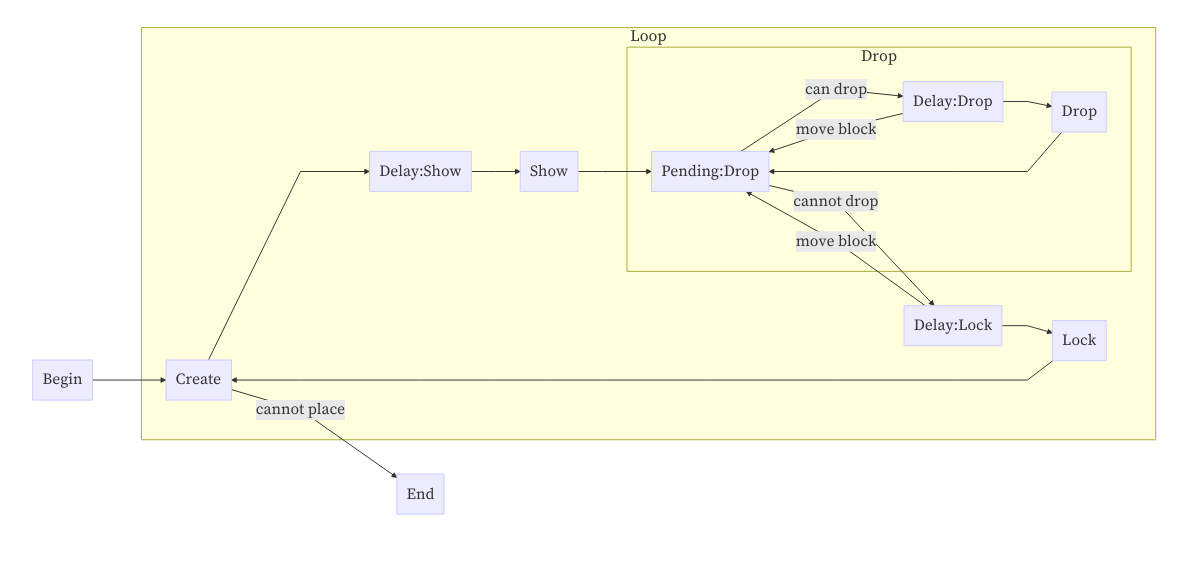
Earlier version of the Mermaid export engine.mmd.png (intris/design). Its source is kept beside it as engine.mmd.
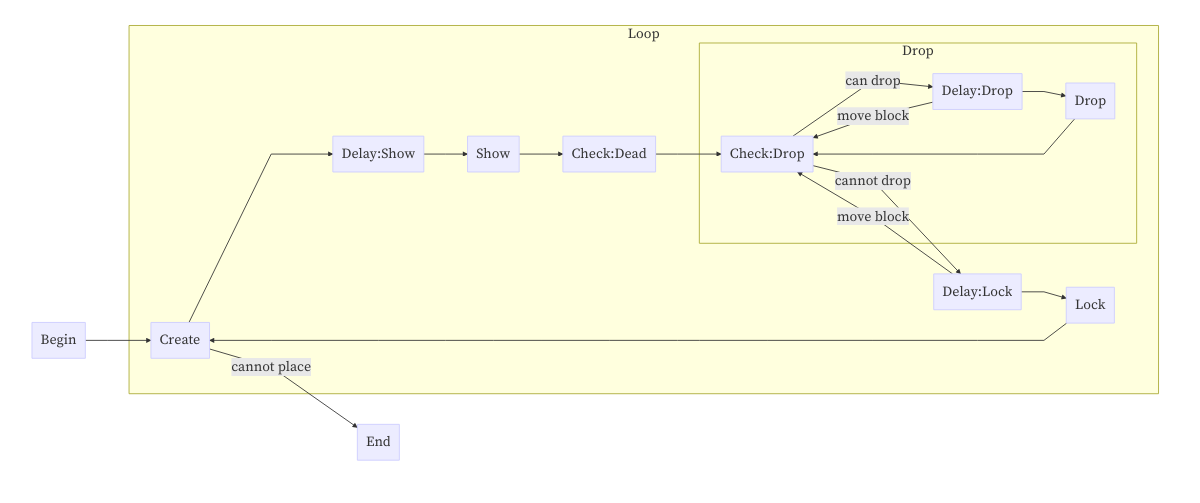
The same diagram one commit later.

The edit, as a diff of the source:
```diff
@@ -3,15 +3,16 @@
   subgraph Loop
     Create --> Delay:Show
     Delay:Show --> Show
-    Show --> Pending:Drop
+    Show --> Check:Dead
+    Check:Dead --> Check:Drop
     subgraph Drop
-      Pending:Drop -- can drop --> Delay:Drop
+      Check:Drop -- can drop --> Delay:Drop
       Delay:Drop --> Drop
-      Drop --> Pending:Drop
-      Delay:Drop -- move block --> Pending:Drop
+      Drop --> Check:Drop
+      Delay:Drop -- move block --> Check:Drop
     end
-    Pending:Drop -- cannot drop --> Delay:Lock
-    Delay:Lock -- move block --> Pending:Drop
+    Check:Drop -- cannot drop --> Delay:Lock
+    Delay:Lock -- move block --> Check:Drop
     Delay:Lock --> Lock
     Lock --> Create
   end
```
